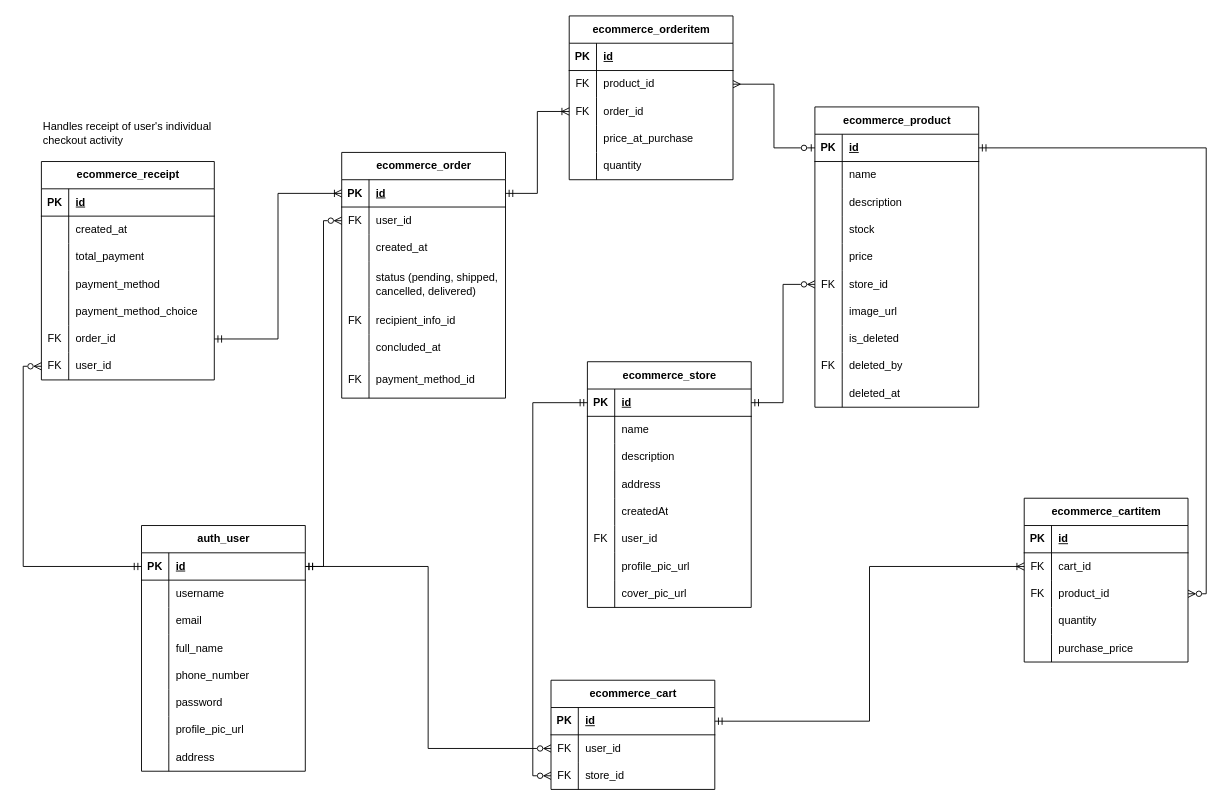
The draw.io diagram page "Order a product (Checkout)" (3 of 3) of E-Commerce API ERD.drawio in RHILIUS/drawio, before the edit. Source tidied: cells renumbered, new cells numbered last; positions are measured from the earlier drawing's top-left corner, leaving out a move shared by most shapes. Both pictures are drawn from the tidied source at 91%, with x=0, y=0 at pixel (41, 15).
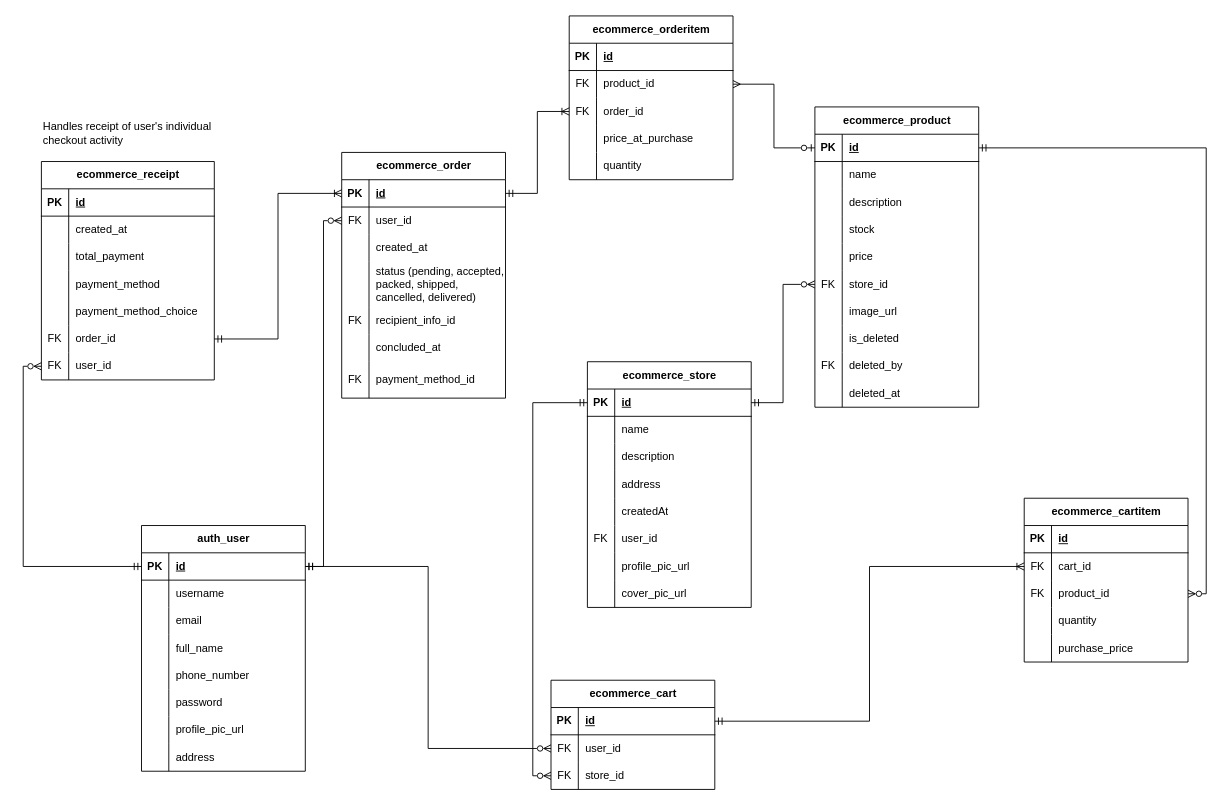
The same page after the edit.

Commit message (it also covers changes not shown here):
feat: added packed and accepted status on order

The change refers to these unchanged cells:
```xml
<mxCell id="37" style="shape=tableRow;horizontal=0;startSize=0;swimlaneHead=0;swimlaneBody=0;fillColor=none;top=0;left=0;right=0;bottom=0;" parent="27" vertex="1">
  <mxGeometry y="120" width="180" height="50" as="geometry" />
</mxCell>
```

The edit, as a diff of the source:
```diff
@@
-    <mxCell id="39" value="status (pending, shipped, cancelled, delivered)" style="shape=partialRectangle;fillColor=none;top=0;left=0;bottom=0;right=0;align=left;spacingLeft=6;overflow=hidden;whiteSpace=wrap;html=1;" parent="37" vertex="1">
+    <mxCell id="39" value="status (pending, accepted, packed, shipped, cancelled, delivered)" style="shape=partialRectangle;fillColor=none;top=0;left=0;bottom=0;right=0;align=left;spacingLeft=6;overflow=hidden;whiteSpace=wrap;html=1;" parent="37" vertex="1">
       <mxGeometry x="30" width="150" height="50" as="geometry" />
     </mxCell>
```
